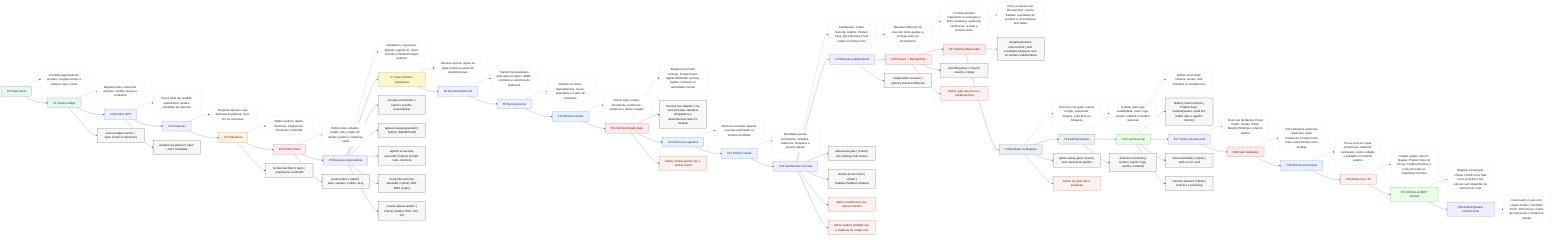
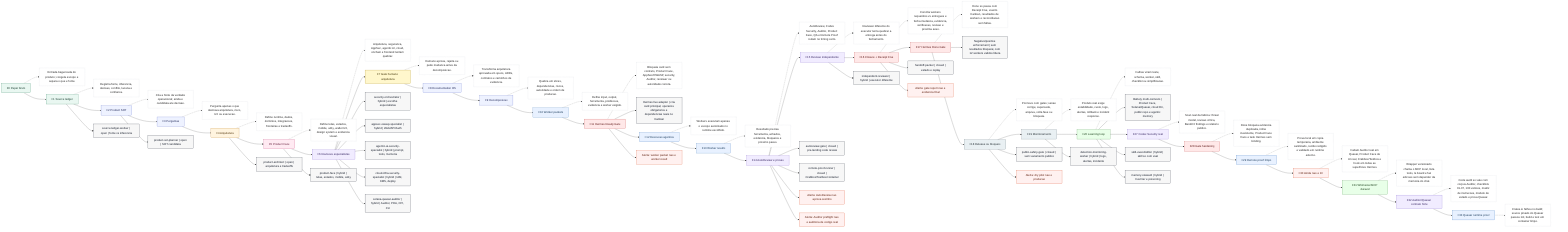
flowchart LR
  F0["F0 Paper bruto"]:::source
  F0D["Entrada baguncada do produto; congela escopo e separa o que e fonte."]:::desc
  F0 -.-> F0D
  F0 --> F1

  F1["F1 Source ledger"]:::source
  F1D["Registra fonte, inferencia, decisao, conflito, lacuna e confianca."]:::desc
  F1 -.-> F1D
  F1 --> F2

  F2["F2 Product SOT"]:::planning
  F2D["Cria a fonte da verdade operacional; ainda e candidata ate decisao."]:::desc
  F2 -.-> F2D
  F2 --> F3

  F3["F3 Perguntas"]:::planning
  F3D["Pergunta apenas o que destrava arquitetura, risco, UX ou execucao."]:::desc
  F3 -.-> F3D
  F3 --> F4

  F4["F4 Arquitetura"]:::architecture
  F4D["Define runtime, dados, dominios, integracoes, fronteiras e tradeoffs."]:::desc
  F4 -.-> F4D
  F4 --> F5

  F5["F5 Product Face"]:::face
  F5D["Define telas, estados, mobile, a11y, wallet UX, design system e evidencia visual."]:::desc
  F5 -.-> F5D
  F5 --> F6

  F6["F6 Revisoes especialistas"]:::review
  F6D["Arquitetura, seguranca, AppSec, agentic AI, cloud, onchain e frontend tentam quebrar."]:::desc
  F6 -.-> F6D
  F6 --> F7

  F7["F7 Gate humano arquitetura"]:::human
  F7D["Humano aprova, rejeita ou pede mudanca antes da decomposicao."]:::desc
  F7 -.-> F7D
  F7 --> F8

  F8["F8 Documentation OS"]:::planning
  F8D["Transforma arquitetura aprovada em specs, ADRs, contratos e caminhos de evidencia."]:::desc
  F8 -.-> F8D
  F8 --> F9

  F9["F9 Decomposicao"]:::planning
  F9D["Quebra em slices, dependencias, riscos, autoridade e ordem de producao."]:::desc
  F9 -.-> F9D
  F9 --> F10

  F10["F10 Worker packets"]:::execution
  F10D["Define input, output, ferramenta, proibicoes, evidencia e worker exigido."]:::desc
  F10 -.-> F10D
  F10 --> F11

  F11["F11 Hermes Ready Gate"]:::gate
  F11D["Bloqueia card sem contrato, Product Face, AppSec/OWASP, security, Auditor, reviewer ou autoridade correta."]:::desc
  F11 -.-> F11D
  F11 --> H1["Hermes live adapter | cria card principal, operarios obrigatorios e dependencias reais no Kanban"]:::worker
  F11 --> F12

  F12["F12 Execucao agentica"]:::execution
  F12D["Workers executam apenas o escopo autorizado no runtime escolhido."]:::desc
  F12 -.-> F12D
  F12 --> F13

  F13["F13 Worker results"]:::execution
  F13D["Resultado precisa ferramenta, achados, evidencia, bloqueios e proximo passo."]:::desc
  F13 -.-> F13D
  F13 --> F14

  F14["F14 AutoReview e provas"]:::review
  F14D["AutoReview, Codex Security, Auditor, Product Face, QA e Remote Proof rodam no timing certo."]:::desc
  F14 -.-> F14D
  F14 --> F15

  F15["F15 Revisao independente"]:::review
  F15D["Reviewer diferente do executor tenta quebrar a entrega antes do fechamento."]:::desc
  F15 -.-> F15D
  F15 --> F16

  F16["F16 Closure + Receipt Five"]:::gate
  F16D["Concilia workers requeridos vs entregues e fecha mudanca, evidencia, verificacao, revisao e proxima acao."]:::desc
  F16 -.-> F16D
  F16 --> F17

  F17["F17 Hermes Done Gate"]:::gate
  F17D["Done so passa com Receipt Five, evento Kanban, resultados de workers e reconciliacao sem faltas."]:::desc
  F17 -.-> F17D
  F17 --> H2["Negative/positive enforcement | sem resultados bloqueia; com 12 workers validos libera"]:::worker
  F17 --> F18

  F18["F18 Release ou bloqueio"]:::release
  F18D["Promove com gates; senao corrige, supersede, arquiva, volta fase ou bloqueia."]:::desc
  F18 -.-> F18D
  F18 --> F19

  F19["F19 Monitoramento"]:::release
  F19D["Produto real exige estabilidade, custo, logs, alertas, rollback e incident response."]:::desc
  F19 -.-> F19D
  F19 --> F20

  F20["F20 Learning loop"]:::learning
  F20D["Falhas viram teste, schema, worker, skill, checklist ou simplificacao."]:::desc
  F20 -.-> F20D
  F20 --> H3["Battery multi-contexto | Product Face, Solana/Quasar, cloud R4, public repo e agentic memory"]:::worker
  F20 --> F27

  F27["F27 Codex Security real"]:::review
  F27D["Scan real da fabrica: threat model, revisao critica, Bandit 0 findings e relatorio publico."]:::desc
  F27 -.-> F27D
  F27 --> F28

  F28["F28 Gate hardening"]:::gate
  F28D["Done bloqueia evidencia duplicada, inline inexistente, Product Face fraco e task Hermes sem binding."]:::desc
  F28 -.-> F28D
  F28 --> F29

  F29["F29 Remote proof limpo"]:::execution
  F29D["Prova local em copia temporaria, ambiente sanitizado, recibo redigido e validado em runtime externo."]:::desc
  F29 -.-> F29D
  F29 --> F30

  F30["F30 Ainda nao e 10"]:::alert
  F30D["Faltam Auditor real em Quasar, Product Face de UI real, Crabbox/Testbox e hook em todas as superficies Hermes."]:::desc
  F30 -.-> F30D
  F30 --> F31

  F31["F31 Whimsical MCP duravel"]:::learning
  F31D["Wrapper versionado chama o MCP local, lista tools, le board e faz edicoes sem depender da memoria do chat."]:::desc
  F31 -.-> F31D
  F31 --> F32

  F32["F32 Auditor/Quasar contrato forte"]:::review
-   F32D["Code audit so vale com corpus Auditor, checklists 01-07, 100 vetores, matriz de instrucoes e modelo de estado."]:::desc
+   F32D["Code audit so vale com corpus Auditor, checklists 01-07, 100 vetores, matriz de instrucoes, modelo de estado e prova Quasar."]:::desc
  F32 -.-> F32D
+   F32 --> F33
+ 
+   F33["F33 Quasar runtime proof"]:::execution
+   F33D["Crates.io falhou no build; source pinado do Quasar passou init, build e test em container limpo."]:::desc
+   F33 -.-> F33D

  F1 --> W1["source-ledger-worker | open | fonte vs inferencia"]:::worker
  F2 --> W2["product-sot-planner | open | SOT candidata"]:::worker
  F4 --> W3["product-architect | open | arquitetura e tradeoffs"]:::worker
  F5 --> W4["product-face | hybrid | telas, estados, mobile, a11y"]:::worker
  F6 --> W5["security-orchestrator | hybrid | escolhe especialistas"]:::worker
  F6 --> W6["appsec-owasp-specialist | hybrid | Web/API/Auth"]:::worker
  F6 --> W7["agentic-ai-security-specialist | hybrid | prompt, tools, memoria"]:::worker
  F6 --> W8["cloud-infra-security-specialist | hybrid | IAM, KMS, deploy"]:::worker
  F6 --> W9["solana-quasar-auditor | hybrid | Auditor, PDA, CPI, CU"]:::worker
  F14 --> W10["autoreview-gate | closed | pre-landing code review"]:::worker
  F14 --> W11["remote-proof-runner | closed | Crabbox/Testbox/container"]:::worker
  F15 --> W12["independent-reviewer | hybrid | executor diferente"]:::worker
  F16 --> W13["handoff-packer | closed | estado e replay"]:::worker
  F18 --> W14["public-safety-gate | closed | sem vazamento publico"]:::worker
  F19 --> W15["detection-monitoring-worker | hybrid | logs, alertas, incidente"]:::worker
  F20 --> W16["skill-eval-distiller | hybrid | skill so com eval"]:::worker
  F20 --> W17["memory-steward | hybrid | trust tier e poisoning"]:::worker

  F11 --> A1["Alerta: worker packet nao e worker result"]:::alert
  F16 --> A2["Alerta: gate report nao e evidencia final"]:::alert
  F14 --> A3["Alerta: AutoReview nao aprova sozinho"]:::alert
  F14 --> A4["Alerta: Auditor preflight nao e auditoria de codigo real"]:::alert
  F18 --> A5["Alerta: dry pilot nao e producao"]:::alert

  classDef source fill:#e9f7f1,stroke:#217a54,color:#12372a;
  classDef planning fill:#eef2ff,stroke:#4f63c6,color:#1c2455;
  classDef architecture fill:#fff4df,stroke:#b36b00,color:#4a2d00;
  classDef face fill:#ffeaf2,stroke:#c23b72,color:#5f1735;
  classDef review fill:#f1ecff,stroke:#7656c9,color:#33215f;
  classDef human fill:#fff7cc,stroke:#9b7a00,color:#3d3000;
  classDef execution fill:#e8f1ff,stroke:#2e6db5,color:#173858;
  classDef gate fill:#ffe8e8,stroke:#bf3434,color:#5a1111;
  classDef release fill:#e9f0f3,stroke:#51626b,color:#202b30;
  classDef learning fill:#e8ffe8,stroke:#3b8b3b,color:#173d17;
  classDef desc fill:#ffffff,stroke:#aab3bd,color:#222222,stroke-dasharray: 3 3;
  classDef worker fill:#f7f7f7,stroke:#111827,color:#111827;
  classDef alert fill:#fff1f0,stroke:#d4380d,color:#5c1a08;
